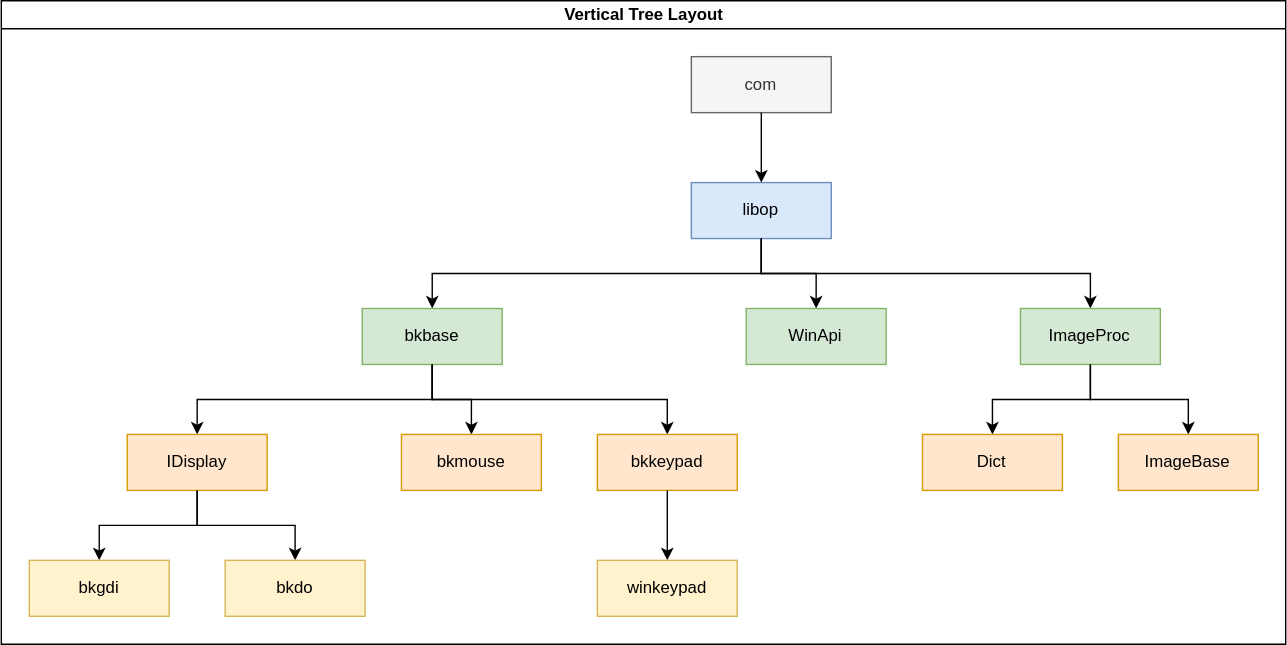
Above: doc/class_struct.svg in WallBreaker2/op (draw.io), before the change. Source tidied: cells renumbered, new cells last; positions are measured from the earlier drawing's top-left corner, leaving out a move shared by most shapes. The source it was exported from:
```xml
<mxGraphModel>
  <root>
    <mxCell id="0" />
    <mxCell id="1" parent="0" />
    <mxCell id="2" value="Vertical Tree Layout" style="swimlane;html=1;startSize=20;horizontal=1;horizontalTree=0;containerType=tree;" parent="1" vertex="1">
      <mxGeometry width="918" height="460" as="geometry" />
    </mxCell>
    <mxCell id="3" value="com" style="whiteSpace=wrap;html=1;fillColor=#f5f5f5;strokeColor=#666666;fontColor=#333333;" parent="2" vertex="1">
      <mxGeometry x="493.2" y="40" width="100" height="40" as="geometry" />
    </mxCell>
    <mxCell id="4" value="libop" style="whiteSpace=wrap;html=1;fillColor=#dae8fc;strokeColor=#6c8ebf;" parent="2" vertex="1">
      <mxGeometry x="493.2" y="130" width="100" height="40" as="geometry" />
    </mxCell>
    <mxCell id="5" style="edgeStyle=elbowEdgeStyle;elbow=vertical;html=1;rounded=0;" parent="2" edge="1" source="3" target="4">
      <mxGeometry relative="1" as="geometry" />
    </mxCell>
    <mxCell id="6" style="edgeStyle=elbowEdgeStyle;elbow=vertical;html=1;rounded=0;" parent="2" edge="1" source="4" target="7">
      <mxGeometry relative="1" as="geometry" />
    </mxCell>
    <mxCell id="7" value="bkbase" style="whiteSpace=wrap;html=1;fillColor=#d5e8d4;strokeColor=#82b366;" parent="2" vertex="1">
      <mxGeometry x="258" y="220" width="100" height="40" as="geometry" />
    </mxCell>
    <mxCell id="8" style="edgeStyle=elbowEdgeStyle;elbow=vertical;html=1;rounded=0;" parent="2" edge="1" source="7" target="9">
      <mxGeometry relative="1" as="geometry" />
    </mxCell>
    <mxCell id="9" value="IDisplay" style="whiteSpace=wrap;html=1;fillColor=#ffe6cc;strokeColor=#d79b00;" parent="2" vertex="1">
      <mxGeometry x="90" y="310" width="100" height="40" as="geometry" />
    </mxCell>
    <mxCell id="10" style="edgeStyle=elbowEdgeStyle;elbow=vertical;html=1;rounded=0;" parent="2" edge="1" source="7" target="11">
      <mxGeometry relative="1" as="geometry" />
    </mxCell>
    <mxCell id="11" value="bkmouse" style="whiteSpace=wrap;html=1;fillColor=#ffe6cc;strokeColor=#d79b00;" parent="2" vertex="1">
      <mxGeometry x="286" y="310" width="100" height="40" as="geometry" />
    </mxCell>
    <mxCell id="12" style="edgeStyle=elbowEdgeStyle;elbow=vertical;html=1;rounded=0;" parent="2" edge="1" source="7" target="13">
      <mxGeometry relative="1" as="geometry" />
    </mxCell>
    <mxCell id="13" value="bkkeypad" style="whiteSpace=wrap;html=1;fillColor=#ffe6cc;strokeColor=#d79b00;" parent="2" vertex="1">
      <mxGeometry x="426" y="310" width="100" height="40" as="geometry" />
    </mxCell>
    <mxCell id="14" style="edgeStyle=elbowEdgeStyle;elbow=vertical;html=1;rounded=0;" parent="2" edge="1" source="9" target="15">
      <mxGeometry relative="1" as="geometry" />
    </mxCell>
    <mxCell id="15" value="bkgdi" style="whiteSpace=wrap;html=1;fillColor=#fff2cc;strokeColor=#d6b656;" parent="2" vertex="1">
      <mxGeometry x="20" y="400" width="100" height="40" as="geometry" />
    </mxCell>
    <mxCell id="16" style="edgeStyle=elbowEdgeStyle;elbow=vertical;html=1;rounded=0;" parent="2" edge="1" source="9" target="17">
      <mxGeometry relative="1" as="geometry" />
    </mxCell>
    <mxCell id="17" value="bkdo" style="whiteSpace=wrap;html=1;fillColor=#fff2cc;strokeColor=#d6b656;" parent="2" vertex="1">
      <mxGeometry x="160" y="400" width="100" height="40" as="geometry" />
    </mxCell>
    <mxCell id="18" style="edgeStyle=elbowEdgeStyle;elbow=vertical;html=1;rounded=0;" parent="2" edge="1" source="13" target="19">
      <mxGeometry relative="1" as="geometry" />
    </mxCell>
    <mxCell id="19" value="winkeypad" style="whiteSpace=wrap;html=1;fillColor=#fff2cc;strokeColor=#d6b656;" parent="2" vertex="1">
      <mxGeometry x="426" y="400" width="100" height="40" as="geometry" />
    </mxCell>
    <mxCell id="20" style="edgeStyle=elbowEdgeStyle;elbow=vertical;html=1;rounded=0;" parent="2" edge="1" source="4" target="21">
      <mxGeometry relative="1" as="geometry" />
    </mxCell>
    <mxCell id="21" value="WinApi" style="whiteSpace=wrap;html=1;fillColor=#d5e8d4;strokeColor=#82b366;" parent="2" vertex="1">
      <mxGeometry x="532.4" y="220" width="100" height="40" as="geometry" />
    </mxCell>
    <mxCell id="22" style="edgeStyle=elbowEdgeStyle;elbow=vertical;html=1;rounded=0;" parent="2" edge="1" source="4" target="23">
      <mxGeometry relative="1" as="geometry" />
    </mxCell>
    <mxCell id="23" value="ImageProc" style="whiteSpace=wrap;html=1;fillColor=#d5e8d4;strokeColor=#82b366;" parent="2" vertex="1">
      <mxGeometry x="728.4" y="220" width="100" height="40" as="geometry" />
    </mxCell>
    <mxCell id="24" style="edgeStyle=elbowEdgeStyle;elbow=vertical;html=1;rounded=0;" parent="2" edge="1" source="23" target="25">
      <mxGeometry relative="1" as="geometry" />
    </mxCell>
    <mxCell id="25" value="Dict" style="whiteSpace=wrap;html=1;fillColor=#ffe6cc;strokeColor=#d79b00;" parent="2" vertex="1">
      <mxGeometry x="658.4" y="310" width="100" height="40" as="geometry" />
    </mxCell>
    <mxCell id="26" style="edgeStyle=elbowEdgeStyle;elbow=vertical;html=1;rounded=0;" parent="2" edge="1" source="23" target="27">
      <mxGeometry relative="1" as="geometry" />
    </mxCell>
    <mxCell id="27" value="ImageBase" style="whiteSpace=wrap;html=1;fillColor=#ffe6cc;strokeColor=#d79b00;" parent="2" vertex="1">
      <mxGeometry x="798.4" y="310" width="100" height="40" as="geometry" />
    </mxCell>
  </root>
</mxGraphModel>
```
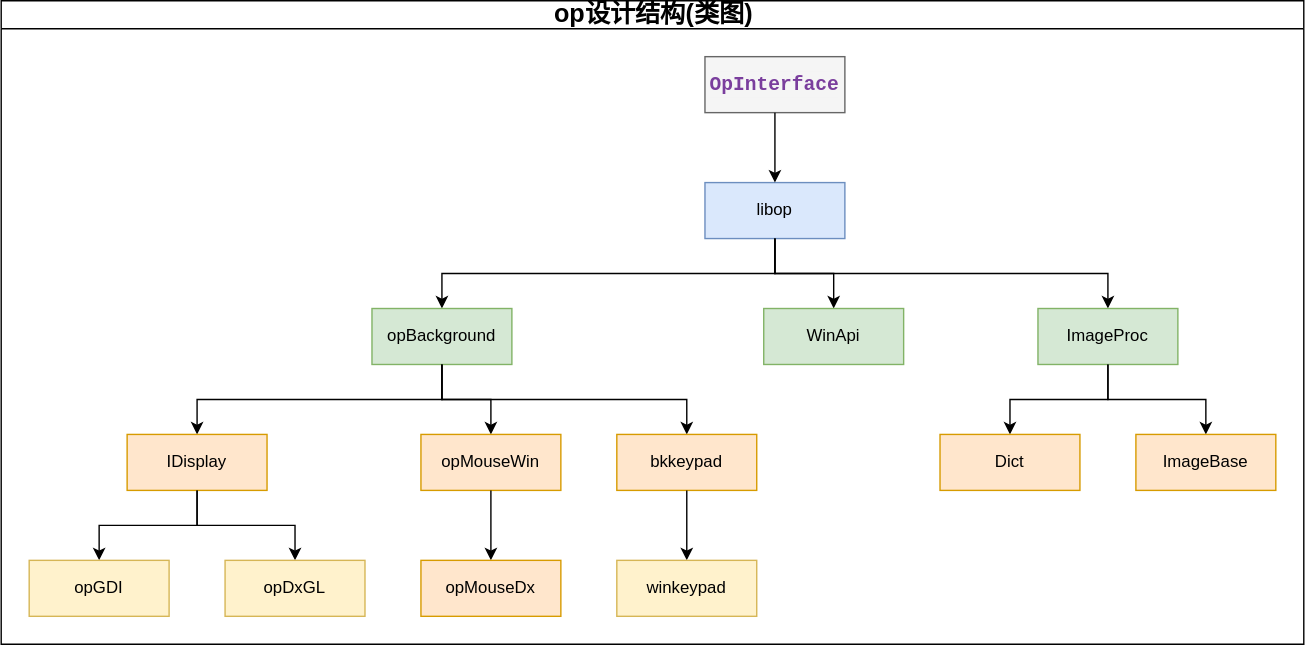
After the change.

What changed in the source:
```diff
@@ -2,14 +2,14 @@
   <root>
     <mxCell id="0" />
     <mxCell id="1" parent="0" />
-    <mxCell id="2" value="Vertical Tree Layout" style="swimlane;html=1;startSize=20;horizontal=1;horizontalTree=0;containerType=tree;" parent="1" vertex="1">
-      <mxGeometry width="918" height="460" as="geometry" />
+    <mxCell id="2" value="&lt;font style=&quot;font-size: 18px&quot;&gt;op设计结构(类图)&lt;/font&gt;" style="swimlane;html=1;startSize=20;horizontal=1;horizontalTree=0;containerType=tree;" parent="1" vertex="1">
+      <mxGeometry width="931" height="460" as="geometry" />
     </mxCell>
-    <mxCell id="3" value="com" style="whiteSpace=wrap;html=1;fillColor=#f5f5f5;strokeColor=#666666;fontColor=#333333;" parent="2" vertex="1">
-      <mxGeometry x="493.2" y="40" width="100" height="40" as="geometry" />
+    <mxCell id="3" value="&lt;div style=&quot;background-color: rgb(245 , 245 , 245) ; font-family: &amp;#34;consolas&amp;#34; , &amp;#34;courier new&amp;#34; , monospace ; font-size: 14px ; line-height: 19px&quot;&gt;&lt;span style=&quot;color: #7a3e9d ; font-weight: bold&quot;&gt;OpInterface&lt;/span&gt;&lt;/div&gt;" style="whiteSpace=wrap;html=1;fillColor=#f5f5f5;strokeColor=#666666;fontColor=#333333;" parent="2" vertex="1">
+      <mxGeometry x="503" y="40" width="100" height="40" as="geometry" />
     </mxCell>
     <mxCell id="4" value="libop" style="whiteSpace=wrap;html=1;fillColor=#dae8fc;strokeColor=#6c8ebf;" parent="2" vertex="1">
-      <mxGeometry x="493.2" y="130" width="100" height="40" as="geometry" />
+      <mxGeometry x="503" y="130" width="100" height="40" as="geometry" />
     </mxCell>
     <mxCell id="5" style="edgeStyle=elbowEdgeStyle;elbow=vertical;html=1;rounded=0;" parent="2" edge="1" source="3" target="4">
       <mxGeometry relative="1" as="geometry" />
@@ -17,8 +17,8 @@
     <mxCell id="6" style="edgeStyle=elbowEdgeStyle;elbow=vertical;html=1;rounded=0;" parent="2" edge="1" source="4" target="7">
       <mxGeometry relative="1" as="geometry" />
     </mxCell>
-    <mxCell id="7" value="bkbase" style="whiteSpace=wrap;html=1;fillColor=#d5e8d4;strokeColor=#82b366;" parent="2" vertex="1">
-      <mxGeometry x="258" y="220" width="100" height="40" as="geometry" />
+    <mxCell id="7" value="opBackground" style="whiteSpace=wrap;html=1;fillColor=#d5e8d4;strokeColor=#82b366;" parent="2" vertex="1">
+      <mxGeometry x="265" y="220" width="100" height="40" as="geometry" />
     </mxCell>
     <mxCell id="8" style="edgeStyle=elbowEdgeStyle;elbow=vertical;html=1;rounded=0;" parent="2" edge="1" source="7" target="9">
       <mxGeometry relative="1" as="geometry" />
@@ -29,56 +29,62 @@
     <mxCell id="10" style="edgeStyle=elbowEdgeStyle;elbow=vertical;html=1;rounded=0;" parent="2" edge="1" source="7" target="11">
       <mxGeometry relative="1" as="geometry" />
     </mxCell>
-    <mxCell id="11" value="bkmouse" style="whiteSpace=wrap;html=1;fillColor=#ffe6cc;strokeColor=#d79b00;" parent="2" vertex="1">
-      <mxGeometry x="286" y="310" width="100" height="40" as="geometry" />
+    <mxCell id="11" value="opMouseWin" style="whiteSpace=wrap;html=1;fillColor=#ffe6cc;strokeColor=#d79b00;" parent="2" vertex="1">
+      <mxGeometry x="300" y="310" width="100" height="40" as="geometry" />
     </mxCell>
     <mxCell id="12" style="edgeStyle=elbowEdgeStyle;elbow=vertical;html=1;rounded=0;" parent="2" edge="1" source="7" target="13">
       <mxGeometry relative="1" as="geometry" />
     </mxCell>
     <mxCell id="13" value="bkkeypad" style="whiteSpace=wrap;html=1;fillColor=#ffe6cc;strokeColor=#d79b00;" parent="2" vertex="1">
-      <mxGeometry x="426" y="310" width="100" height="40" as="geometry" />
+      <mxGeometry x="440" y="310" width="100" height="40" as="geometry" />
     </mxCell>
     <mxCell id="14" style="edgeStyle=elbowEdgeStyle;elbow=vertical;html=1;rounded=0;" parent="2" edge="1" source="9" target="15">
       <mxGeometry relative="1" as="geometry" />
     </mxCell>
-    <mxCell id="15" value="bkgdi" style="whiteSpace=wrap;html=1;fillColor=#fff2cc;strokeColor=#d6b656;" parent="2" vertex="1">
+    <mxCell id="15" value="opGDI" style="whiteSpace=wrap;html=1;fillColor=#fff2cc;strokeColor=#d6b656;" parent="2" vertex="1">
       <mxGeometry x="20" y="400" width="100" height="40" as="geometry" />
     </mxCell>
     <mxCell id="16" style="edgeStyle=elbowEdgeStyle;elbow=vertical;html=1;rounded=0;" parent="2" edge="1" source="9" target="17">
       <mxGeometry relative="1" as="geometry" />
     </mxCell>
-    <mxCell id="17" value="bkdo" style="whiteSpace=wrap;html=1;fillColor=#fff2cc;strokeColor=#d6b656;" parent="2" vertex="1">
+    <mxCell id="17" value="opDxGL" style="whiteSpace=wrap;html=1;fillColor=#fff2cc;strokeColor=#d6b656;" parent="2" vertex="1">
       <mxGeometry x="160" y="400" width="100" height="40" as="geometry" />
     </mxCell>
     <mxCell id="18" style="edgeStyle=elbowEdgeStyle;elbow=vertical;html=1;rounded=0;" parent="2" edge="1" source="13" target="19">
       <mxGeometry relative="1" as="geometry" />
     </mxCell>
     <mxCell id="19" value="winkeypad" style="whiteSpace=wrap;html=1;fillColor=#fff2cc;strokeColor=#d6b656;" parent="2" vertex="1">
-      <mxGeometry x="426" y="400" width="100" height="40" as="geometry" />
+      <mxGeometry x="440" y="400" width="100" height="40" as="geometry" />
     </mxCell>
     <mxCell id="20" style="edgeStyle=elbowEdgeStyle;elbow=vertical;html=1;rounded=0;" parent="2" edge="1" source="4" target="21">
       <mxGeometry relative="1" as="geometry" />
     </mxCell>
     <mxCell id="21" value="WinApi" style="whiteSpace=wrap;html=1;fillColor=#d5e8d4;strokeColor=#82b366;" parent="2" vertex="1">
-      <mxGeometry x="532.4" y="220" width="100" height="40" as="geometry" />
+      <mxGeometry x="545" y="220" width="100" height="40" as="geometry" />
     </mxCell>
     <mxCell id="22" style="edgeStyle=elbowEdgeStyle;elbow=vertical;html=1;rounded=0;" parent="2" edge="1" source="4" target="23">
       <mxGeometry relative="1" as="geometry" />
     </mxCell>
     <mxCell id="23" value="ImageProc" style="whiteSpace=wrap;html=1;fillColor=#d5e8d4;strokeColor=#82b366;" parent="2" vertex="1">
-      <mxGeometry x="728.4" y="220" width="100" height="40" as="geometry" />
+      <mxGeometry x="741" y="220" width="100" height="40" as="geometry" />
     </mxCell>
     <mxCell id="24" style="edgeStyle=elbowEdgeStyle;elbow=vertical;html=1;rounded=0;" parent="2" edge="1" source="23" target="25">
       <mxGeometry relative="1" as="geometry" />
     </mxCell>
     <mxCell id="25" value="Dict" style="whiteSpace=wrap;html=1;fillColor=#ffe6cc;strokeColor=#d79b00;" parent="2" vertex="1">
-      <mxGeometry x="658.4" y="310" width="100" height="40" as="geometry" />
+      <mxGeometry x="671" y="310" width="100" height="40" as="geometry" />
     </mxCell>
     <mxCell id="26" style="edgeStyle=elbowEdgeStyle;elbow=vertical;html=1;rounded=0;" parent="2" edge="1" source="23" target="27">
       <mxGeometry relative="1" as="geometry" />
     </mxCell>
     <mxCell id="27" value="ImageBase" style="whiteSpace=wrap;html=1;fillColor=#ffe6cc;strokeColor=#d79b00;" parent="2" vertex="1">
-      <mxGeometry x="798.4" y="310" width="100" height="40" as="geometry" />
+      <mxGeometry x="811" y="310" width="100" height="40" as="geometry" />
     </mxCell>
+    <mxCell id="28" style="edgeStyle=elbowEdgeStyle;elbow=vertical;html=1;rounded=0;" parent="2" edge="1" source="11" target="29">
+      <mxGeometry relative="1" as="geometry" />
+    </mxCell>
+    <mxCell id="29" value="opMouseDx" style="whiteSpace=wrap;html=1;fillColor=#ffe6cc;strokeColor=#d79b00;" parent="2" vertex="1">
+      <mxGeometry x="300" y="400" width="100" height="40" as="geometry" />
+    </mxCell>
   </root>
 </mxGraphModel>
```
